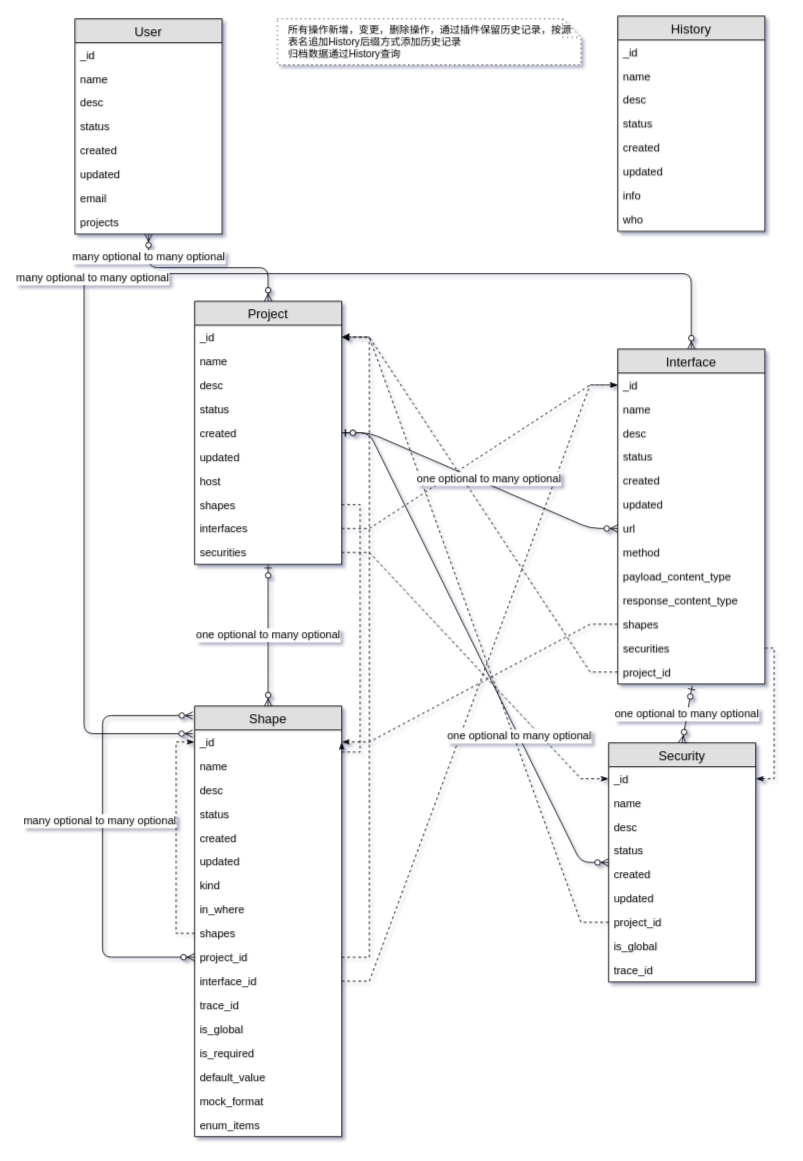
This is apiplatform/apischema.drawio from 0851/draw, a draw.io file, before an edit. Source tidied: cells renumbered, new cells numbered last; positions are measured from the earlier drawing's top-left corner, leaving out a move shared by most shapes. Both pictures are drawn from the tidied source at 92%, with x=0, y=0 at pixel (75, 16).
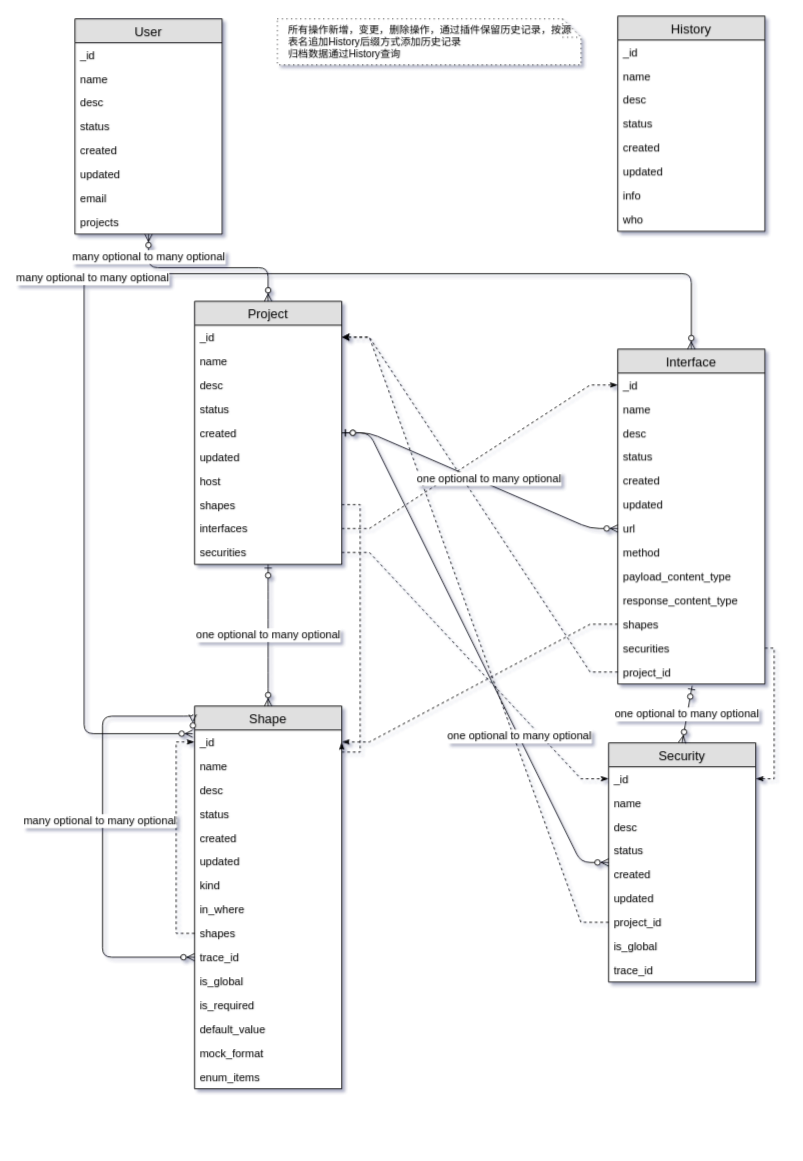
The same page after the edit.

The change refers to these unchanged cells:
```xml
<mxCell id="13" value="_id" style="text;strokeColor=none;fillColor=none;spacingLeft=4;spacingRight=4;overflow=hidden;points=[[0,0.5],[1,0.5]];portConstraint=eastwest;fontSize=12;" parent="12" vertex="1">
  <mxGeometry y="26" width="160" height="26" as="geometry" />
</mxCell>
<mxCell id="48" value="_id" style="text;strokeColor=none;fillColor=none;spacingLeft=4;spacingRight=4;overflow=hidden;points=[[0,0.5],[1,0.5]];portConstraint=eastwest;fontSize=12;" parent="47" vertex="1">
  <mxGeometry y="26" width="160" height="26" as="geometry" />
</mxCell>
```

The edit, as a diff of the source:
```diff
@@
     <mxCell id="26" value="Shape" style="swimlane;fontStyle=0;horizontal=1;startSize=26;fillColor=#e0e0e0;swimlaneFillColor=#ffffff;align=center;fontSize=14;" parent="1" vertex="1">
-      <mxGeometry x="130" y="750" width="160" height="468" as="geometry" />
+      <mxGeometry x="130" y="750" width="160" height="416" as="geometry" />
     </mxCell>
@@
-    <mxCell id="39" value="project_id" style="text;strokeColor=none;fillColor=none;spacingLeft=4;spacingRight=4;overflow=hidden;points=[[0,0.5],[1,0.5]];portConstraint=eastwest;fontSize=12;" parent="26" vertex="1">
-      <mxGeometry y="260" width="160" height="26" as="geometry" />
-    </mxCell>
-    <mxCell id="40" value="interface_id" style="text;strokeColor=none;fillColor=none;spacingLeft=4;spacingRight=4;overflow=hidden;points=[[0,0.5],[1,0.5]];portConstraint=eastwest;fontSize=12;" parent="26" vertex="1">
-      <mxGeometry y="286" width="160" height="26" as="geometry" />
-    </mxCell>
     <mxCell id="41" value="trace_id" style="text;strokeColor=none;fillColor=none;spacingLeft=4;spacingRight=4;overflow=hidden;fontSize=12;" parent="26" vertex="1">
-      <mxGeometry y="312" width="160" height="26" as="geometry" />
+      <mxGeometry y="260" width="160" height="26" as="geometry" />
     </mxCell>
     <mxCell id="42" value="is_global" style="text;strokeColor=none;fillColor=none;spacingLeft=4;spacingRight=4;overflow=hidden;fontSize=12;" parent="26" vertex="1">
-      <mxGeometry y="338" width="160" height="26" as="geometry" />
+      <mxGeometry y="286" width="160" height="26" as="geometry" />
     </mxCell>
     <mxCell id="43" value="is_required" style="text;strokeColor=none;fillColor=none;spacingLeft=4;spacingRight=4;overflow=hidden;fontSize=12;" parent="26" vertex="1">
-      <mxGeometry y="364" width="160" height="26" as="geometry" />
+      <mxGeometry y="312" width="160" height="26" as="geometry" />
     </mxCell>
     <mxCell id="44" value="default_value" style="text;strokeColor=none;fillColor=none;spacingLeft=4;spacingRight=4;overflow=hidden;fontSize=12;" parent="26" vertex="1">
-      <mxGeometry y="390" width="160" height="26" as="geometry" />
+      <mxGeometry y="338" width="160" height="26" as="geometry" />
     </mxCell>
     <mxCell id="45" value="mock_format" style="text;strokeColor=none;fillColor=none;spacingLeft=4;spacingRight=4;overflow=hidden;fontSize=12;" parent="26" vertex="1">
-      <mxGeometry y="416" width="160" height="26" as="geometry" />
+      <mxGeometry y="364" width="160" height="26" as="geometry" />
     </mxCell>
     <mxCell id="46" value="enum_items" style="text;strokeColor=none;fillColor=none;spacingLeft=4;spacingRight=4;overflow=hidden;fontSize=12;" parent="26" vertex="1">
-      <mxGeometry y="442" width="160" height="26" as="geometry" />
+      <mxGeometry y="390" width="160" height="26" as="geometry" />
     </mxCell>
@@
-    <mxCell id="81" style="edgeStyle=entityRelationEdgeStyle;rounded=0;jettySize=auto;html=1;endArrow=classicThin;endFill=1;dashed=1;" parent="1" edge="1" source="39" target="48">
-      <mxGeometry relative="1" as="geometry" />
-    </mxCell>
@@
-    <mxCell id="86" style="edgeStyle=entityRelationEdgeStyle;rounded=0;jettySize=auto;html=1;endArrow=classicThin;endFill=1;dashed=1;" parent="1" edge="1" source="40" target="13">
-      <mxGeometry relative="1" as="geometry" />
-    </mxCell>
```
